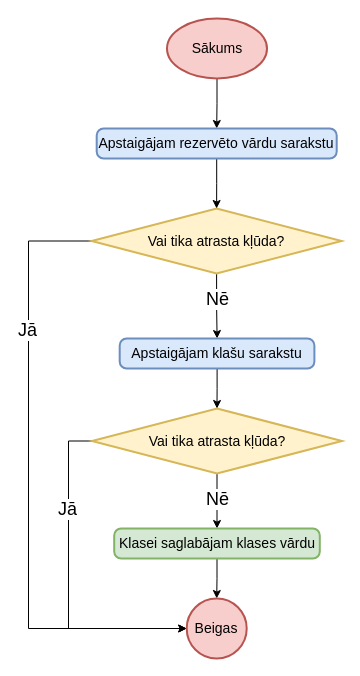
Earlier version of the draw.io diagram page "Klases vārda apstaigāšana" (3 of 4) of src/Kvalifikacijas darbs/Diagrammas/Kompilators/Klases.drawio (artiks12/webAppOS). Source tidied: cells renumbered, new cells numbered last; positions are measured from the earlier drawing's top-left corner, leaving out a move shared by most shapes. Both pictures are drawn from the tidied source at 100%, with x=0, y=0 at pixel (28, 18).
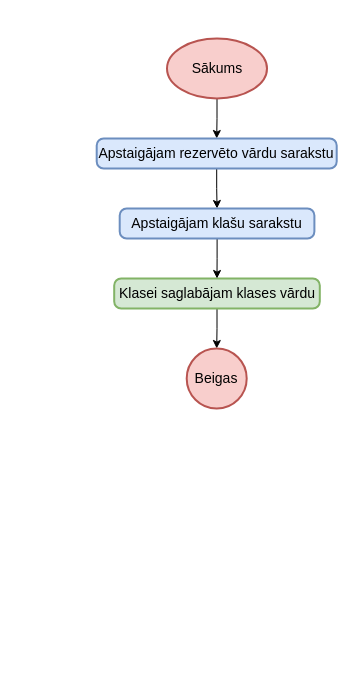
After the change.

Change to the diagram source:
```diff
@@
     <mxCell id="3" value="Sākums" style="strokeWidth=2;html=1;shape=mxgraph.flowchart.start_1;whiteSpace=wrap;fontSize=14;fillColor=#f8cecc;strokeColor=#b85450;" parent="1" vertex="1">
-      <mxGeometry x="138.5" width="100" height="60" as="geometry" />
+      <mxGeometry x="138.5" y="20" width="100" height="60" as="geometry" />
     </mxCell>
-    <mxCell id="4" style="edgeStyle=orthogonalEdgeStyle;rounded=0;jettySize=auto;html=1;" parent="1" edge="1" source="7" target="19">
-      <mxGeometry relative="1" as="geometry" />
-    </mxCell>
-    <mxCell id="5" style="edgeStyle=orthogonalEdgeStyle;rounded=0;jettySize=auto;html=1;exitX=0;exitY=0.5;exitDx=0;exitDy=0;exitPerimeter=0;entryX=0;entryY=0.5;entryDx=0;entryDy=0;entryPerimeter=0;" parent="1" edge="1" source="7" target="15">
-      <mxGeometry relative="1" as="geometry">
-        <Array as="points">
-          <mxPoint y="223" />
-          <mxPoint y="610" />
-        </Array>
-      </mxGeometry>
-    </mxCell>
-    <mxCell id="6" value="&lt;font style=&quot;font-size: 18px&quot;&gt;Jā&lt;/font&gt;" style="edgeLabel;html=1;align=center;verticalAlign=middle;" parent="5" vertex="1">
-      <mxGeometry x="-0.5" y="-2" relative="1" as="geometry" />
-    </mxCell>
-    <mxCell id="7" value="Vai tika atrasta kļūda?" style="strokeWidth=2;html=1;shape=mxgraph.flowchart.decision;whiteSpace=wrap;fontSize=14;fillColor=#fff2cc;strokeColor=#d6b656;" parent="1" vertex="1">
-      <mxGeometry x="63.1" y="190" width="250" height="65" as="geometry" />
-    </mxCell>
-    <mxCell id="8" value="Nē" style="edgeLabel;html=1;align=center;verticalAlign=middle;fontSize=18;" parent="1" vertex="1">
-      <mxGeometry x="188.1" y="280" as="geometry" />
-    </mxCell>
-    <mxCell id="9" style="edgeStyle=orthogonalEdgeStyle;rounded=0;jettySize=auto;html=1;" parent="1" edge="1" source="12" target="14">
-      <mxGeometry relative="1" as="geometry" />
-    </mxCell>
-    <mxCell id="10" style="edgeStyle=orthogonalEdgeStyle;rounded=0;jettySize=auto;html=1;entryX=0;entryY=0.5;entryDx=0;entryDy=0;entryPerimeter=0;exitX=0;exitY=0.5;exitDx=0;exitDy=0;exitPerimeter=0;" parent="1" edge="1" source="12" target="15">
-      <mxGeometry relative="1" as="geometry">
-        <Array as="points">
-          <mxPoint x="40" y="423" />
-          <mxPoint x="40" y="610" />
-        </Array>
-      </mxGeometry>
-    </mxCell>
-    <mxCell id="11" value="&lt;font style=&quot;font-size: 18px&quot;&gt;Jā&lt;/font&gt;" style="edgeLabel;html=1;align=center;verticalAlign=middle;" parent="10" vertex="1">
-      <mxGeometry x="-0.45" y="-2" relative="1" as="geometry" />
-    </mxCell>
-    <mxCell id="12" value="Vai tika atrasta kļūda?" style="strokeWidth=2;html=1;shape=mxgraph.flowchart.decision;whiteSpace=wrap;fontSize=14;fillColor=#fff2cc;strokeColor=#d6b656;" parent="1" vertex="1">
-      <mxGeometry x="63.5" y="390" width="250" height="65" as="geometry" />
-    </mxCell>
@@
     <mxCell id="14" value="Klasei saglabājam klases vārdu" style="rounded=1;whiteSpace=wrap;html=1;absoluteArcSize=1;arcSize=14;strokeWidth=2;fontSize=14;fillColor=#d5e8d4;strokeColor=#82b366;" parent="1" vertex="1">
-      <mxGeometry x="85.7" y="510" width="205.6" height="30" as="geometry" />
+      <mxGeometry x="85.7" y="260" width="205.6" height="30" as="geometry" />
     </mxCell>
     <mxCell id="15" value="Beigas" style="strokeWidth=2;html=1;shape=mxgraph.flowchart.start_2;whiteSpace=wrap;fontSize=14;fillColor=#f8cecc;strokeColor=#b85450;" parent="1" vertex="1">
-      <mxGeometry x="158.2" y="580" width="60" height="60" as="geometry" />
+      <mxGeometry x="158.2" y="330" width="60" height="60" as="geometry" />
     </mxCell>
-    <mxCell id="16" style="edgeStyle=orthogonalEdgeStyle;rounded=0;jettySize=auto;html=1;entryX=0.5;entryY=0;entryDx=0;entryDy=0;entryPerimeter=0;" parent="1" edge="1" source="17" target="7">
+    <mxCell id="16" style="edgeStyle=orthogonalEdgeStyle;rounded=0;jettySize=auto;html=1;entryX=0.5;entryY=0;entryDx=0;entryDy=0;" parent="1" edge="1" source="17" target="19">
       <mxGeometry relative="1" as="geometry" />
     </mxCell>
     <mxCell id="17" value="Apstaigājam rezervēto vārdu sarakstu" style="rounded=1;whiteSpace=wrap;html=1;absoluteArcSize=1;arcSize=14;strokeWidth=2;fontSize=14;fillColor=#dae8fc;strokeColor=#6c8ebf;" parent="1" vertex="1">
-      <mxGeometry x="68.2" y="110" width="240" height="30" as="geometry" />
+      <mxGeometry x="68.2" y="120" width="240" height="30" as="geometry" />
     </mxCell>
-    <mxCell id="18" style="edgeStyle=orthogonalEdgeStyle;rounded=0;jettySize=auto;html=1;entryX=0.5;entryY=0;entryDx=0;entryDy=0;entryPerimeter=0;" parent="1" edge="1" source="19" target="12">
+    <mxCell id="18" style="edgeStyle=orthogonalEdgeStyle;rounded=0;jettySize=auto;html=1;entryX=0.5;entryY=0;entryDx=0;entryDy=0;" parent="1" edge="1" source="19" target="14">
       <mxGeometry relative="1" as="geometry" />
     </mxCell>
     <mxCell id="19" value="Apstaigājam klašu sarakstu" style="rounded=1;whiteSpace=wrap;html=1;absoluteArcSize=1;arcSize=14;strokeWidth=2;fontSize=14;fillColor=#dae8fc;strokeColor=#6c8ebf;" parent="1" vertex="1">
-      <mxGeometry x="91.2" y="320" width="194.7" height="30" as="geometry" />
+      <mxGeometry x="91.2" y="190" width="194.7" height="30" as="geometry" />
     </mxCell>
-    <mxCell id="20" value="Nē" style="edgeLabel;html=1;align=center;verticalAlign=middle;fontSize=18;" parent="1" vertex="1">
-      <mxGeometry x="188.5" y="480" as="geometry" />
-    </mxCell>
```
